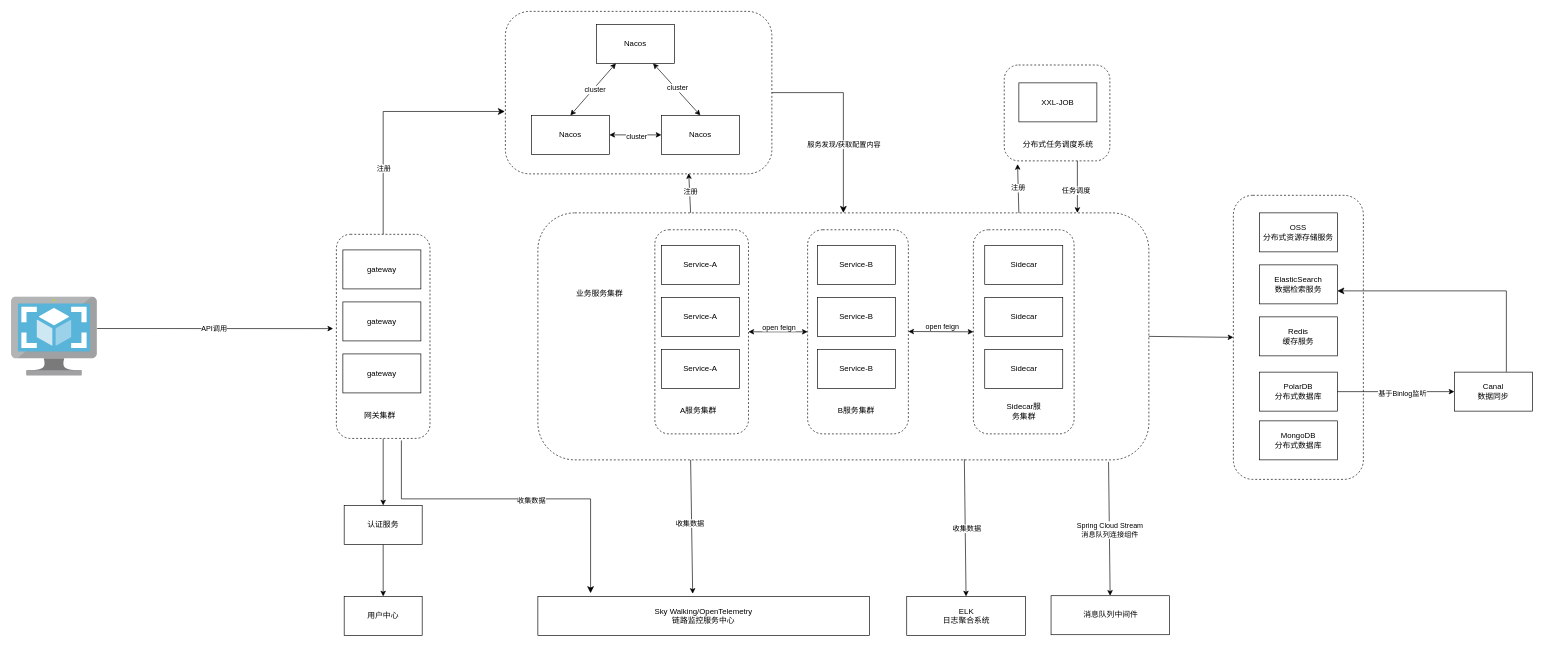
Before: 爆米花技术架构图.drawio in ciyuan1269691683/personal_picture_bed, a draw.io diagram. Source tidied: cells renumbered, new cells numbered last; positions are measured from the earlier drawing's top-left corner, leaving out a move shared by most shapes. Both pictures are drawn from the tidied source at 65%, with x=0, y=0 at pixel (11, 11).
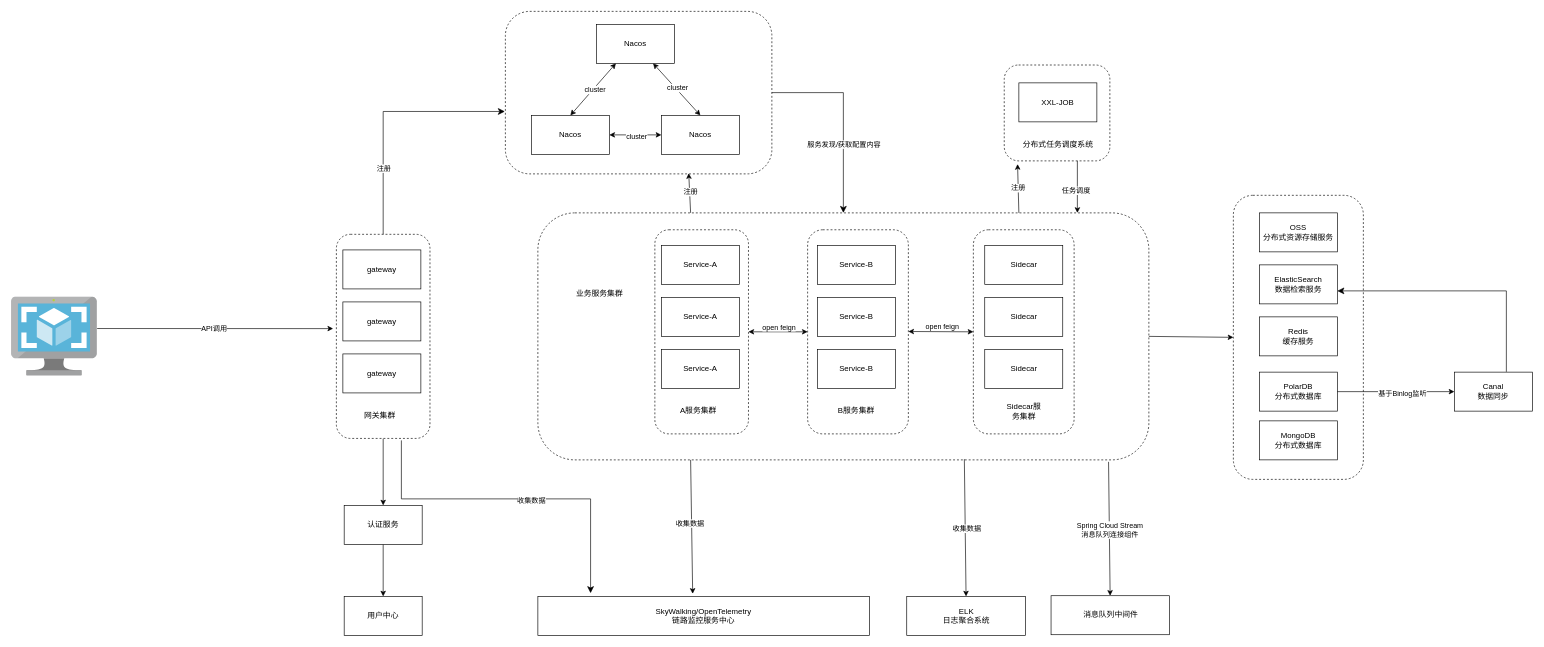
The same page after the edit.

Commit message:
更新爆米花技术架构图.drawio

Change to the diagram source:
```diff
@@
-    <mxCell id="54" value="Sky Walking/OpenTelemetry&lt;div&gt;链路监控服务中心&lt;/div&gt;" style="rounded=0;whiteSpace=wrap;html=1;" parent="1" vertex="1">
+    <mxCell id="54" value="SkyWalking/OpenTelemetry&lt;div&gt;链路监控服务中心&lt;/div&gt;" style="rounded=0;whiteSpace=wrap;html=1;" parent="1" vertex="1">
       <mxGeometry x="810" y="900" width="510" height="60" as="geometry" />
     </mxCell>
```
